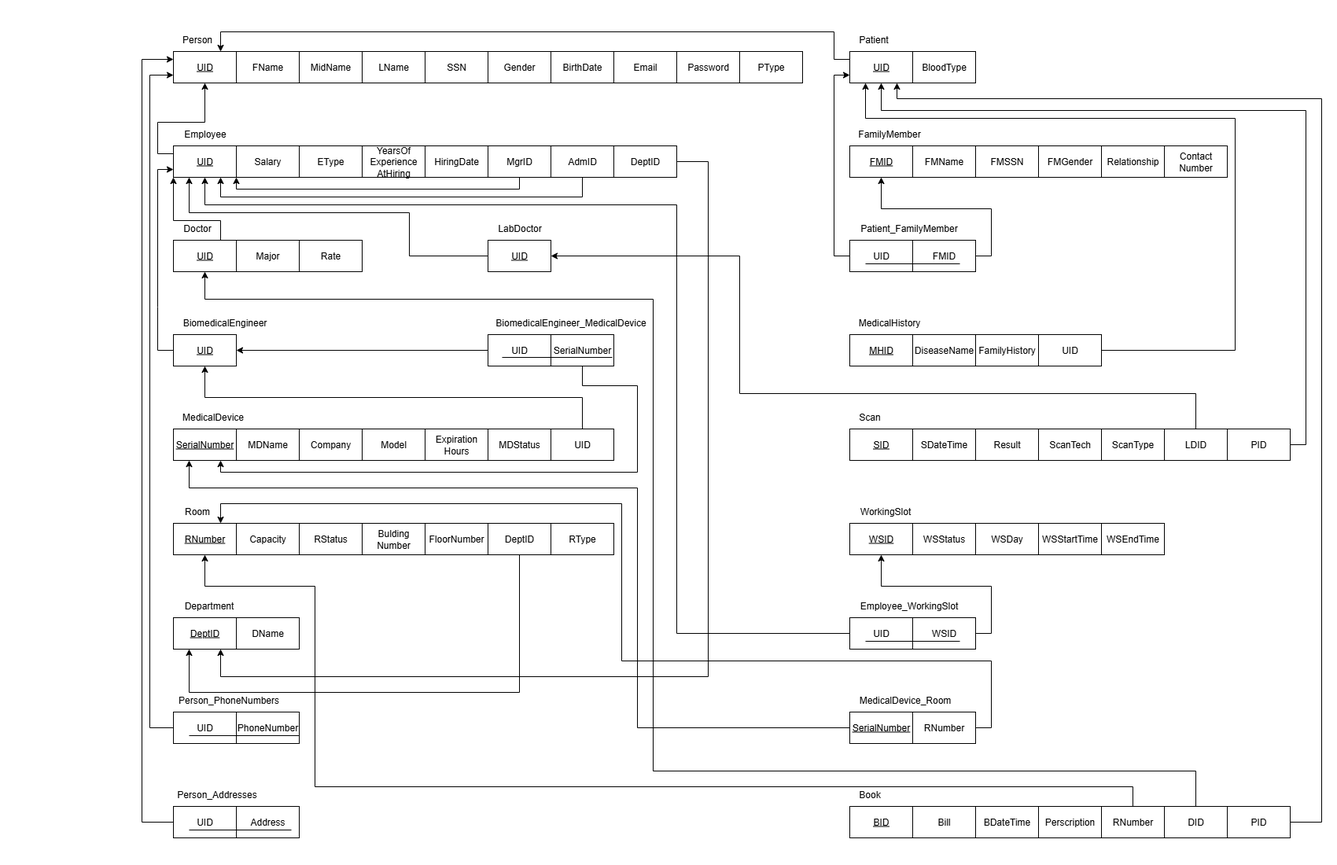
Before: deliverables/mapping/CMS_Mapping.png, a diagram exported from draw.io (MazenAtlam/clinical_management_system). Source tidied: cells renumbered, new cells last; positions are measured from the earlier drawing's top-left corner, leaving out a move shared by most shapes.
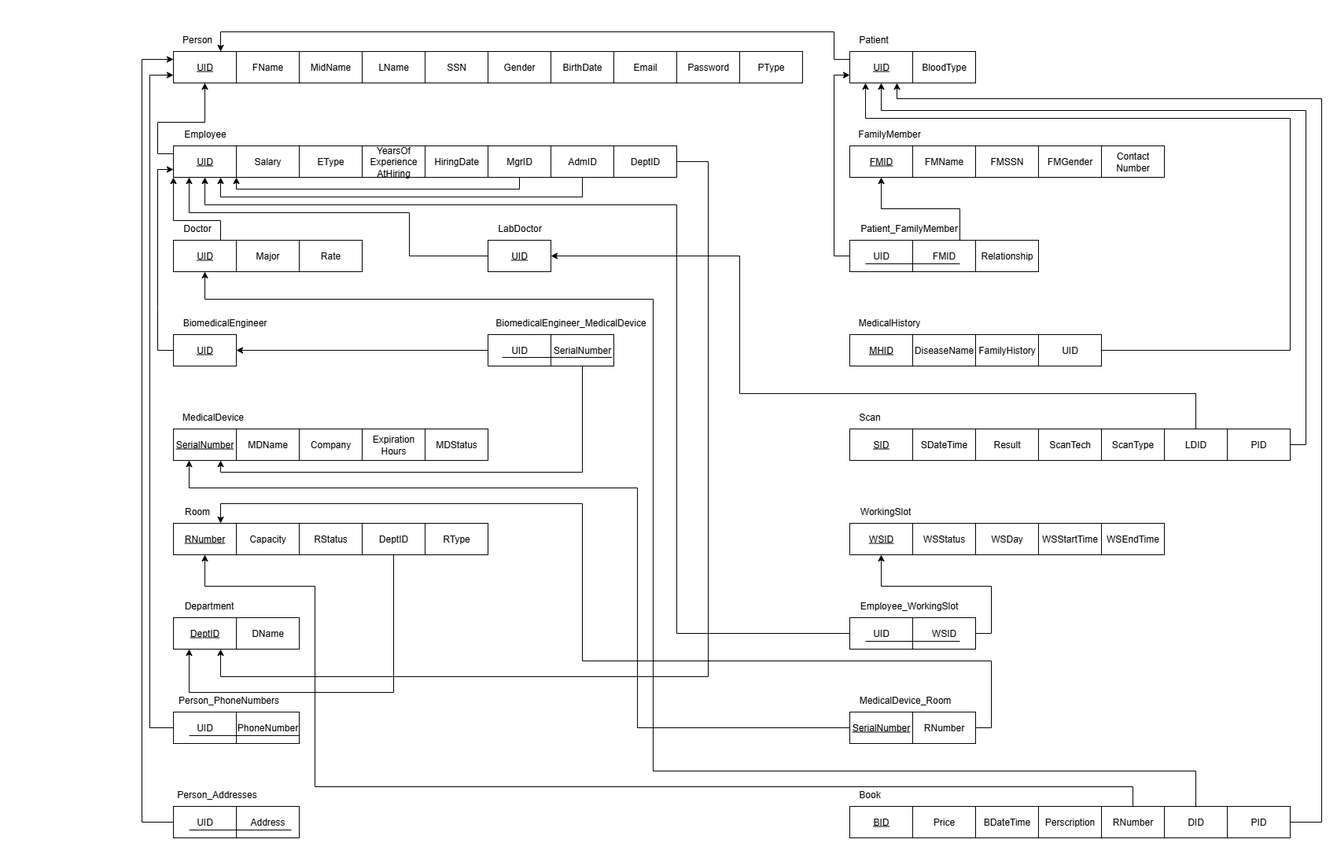
The same file after the commit.

Commit message:
Update ERD and Mapping

What changed in the source:
```diff
@@ -186,26 +186,12 @@
     <mxCell id="46" value="Company" style="rounded=0;whiteSpace=wrap;html=1;" parent="1" vertex="1">
       <mxGeometry x="200" y="510" width="80" height="40" as="geometry" />
     </mxCell>
-    <mxCell id="47" value="Model" style="rounded=0;whiteSpace=wrap;html=1;" parent="1" vertex="1">
-      <mxGeometry x="280" y="510" width="80" height="40" as="geometry" />
-    </mxCell>
     <mxCell id="48" value="Expiration&lt;div&gt;Hours&lt;/div&gt;" style="rounded=0;whiteSpace=wrap;html=1;" parent="1" vertex="1">
-      <mxGeometry x="360" y="510" width="80" height="40" as="geometry" />
+      <mxGeometry x="280" y="510" width="80" height="40" as="geometry" />
     </mxCell>
     <mxCell id="49" value="MDStatus" style="rounded=0;whiteSpace=wrap;html=1;" parent="1" vertex="1">
-      <mxGeometry x="440" y="510" width="80" height="40" as="geometry" />
+      <mxGeometry x="360" y="510" width="80" height="40" as="geometry" />
     </mxCell>
-    <mxCell id="50" value="UID" style="rounded=0;whiteSpace=wrap;html=1;" parent="1" vertex="1">
-      <mxGeometry x="520" y="510" width="80" height="40" as="geometry" />
-    </mxCell>
-    <mxCell id="51" style="endArrow=classic;html=1;rounded=0;entryX=0.5;entryY=1;entryDx=0;entryDy=0;exitX=0.5;exitY=0;exitDx=0;exitDy=0;" parent="1" edge="1" source="50" target="38">
-      <mxGeometry relative="1" as="geometry">
-        <Array as="points">
-          <mxPoint x="560" y="470" />
-          <mxPoint x="80" y="470" />
-        </Array>
-      </mxGeometry>
-    </mxCell>
     <mxCell id="52" value="&lt;u&gt;RNumber&lt;/u&gt;" style="rounded=0;whiteSpace=wrap;html=1;" parent="1" vertex="1">
       <mxGeometry x="40" y="630" width="80" height="40" as="geometry" />
     </mxCell>
@@ -223,8 +209,8 @@
         <Array as="points">
           <mxPoint x="1080" y="890" />
           <mxPoint x="1080" y="805" />
-          <mxPoint x="610" y="805" />
-          <mxPoint x="610" y="605" />
+          <mxPoint x="560" y="805" />
+          <mxPoint x="560" y="605" />
           <mxPoint x="100" y="605" />
         </Array>
       </mxGeometry>
@@ -232,18 +218,12 @@
     <mxCell id="57" value="&lt;u&gt;DeptID&lt;/u&gt;" style="rounded=0;whiteSpace=wrap;html=1;" parent="1" vertex="1">
       <mxGeometry x="40" y="750" width="80" height="40" as="geometry" />
     </mxCell>
-    <mxCell id="58" value="Bulding&lt;div&gt;Number&lt;/div&gt;" style="rounded=0;whiteSpace=wrap;html=1;" parent="1" vertex="1">
-      <mxGeometry x="280" y="630" width="80" height="40" as="geometry" />
-    </mxCell>
     <mxCell id="59" value="DName" style="rounded=0;whiteSpace=wrap;html=1;" parent="1" vertex="1">
       <mxGeometry x="120" y="750" width="80" height="40" as="geometry" />
     </mxCell>
     <mxCell id="60" value="Department" style="text;html=1;align=center;verticalAlign=middle;strokeColor=none;fillColor=none;" parent="1" vertex="1">
       <mxGeometry x="40" y="720" width="90" height="30" as="geometry" />
     </mxCell>
-    <mxCell id="61" value="Floor&lt;span style=&quot;background-color: transparent; color: light-dark(rgb(0, 0, 0), rgb(255, 255, 255));&quot;&gt;Number&lt;/span&gt;" style="rounded=0;whiteSpace=wrap;html=1;" parent="1" vertex="1">
-      <mxGeometry x="360" y="630" width="80" height="40" as="geometry" />
-    </mxCell>
     <mxCell id="62" value="DeptID" style="rounded=0;whiteSpace=wrap;html=1;" parent="1" vertex="1">
       <mxGeometry x="600" y="150" width="80" height="40" as="geometry" />
     </mxCell>
@@ -335,10 +315,10 @@
       <mxGeometry x="1140" y="150" width="80" height="40" as="geometry" />
     </mxCell>
     <mxCell id="85" value="Relationship" style="rounded=0;whiteSpace=wrap;html=1;" parent="1" vertex="1">
-      <mxGeometry x="1220" y="150" width="80" height="40" as="geometry" />
+      <mxGeometry x="1060" y="270" width="80" height="40" as="geometry" />
     </mxCell>
     <mxCell id="86" value="Contact&lt;div&gt;Number&lt;/div&gt;" style="rounded=0;whiteSpace=wrap;html=1;" parent="1" vertex="1">
-      <mxGeometry x="1300" y="150" width="80" height="40" as="geometry" />
+      <mxGeometry x="1220" y="150" width="80" height="40" as="geometry" />
     </mxCell>
     <mxCell id="87" style="endArrow=none;html=1;rounded=0;" parent="1" edge="1">
       <mxGeometry relative="1" as="geometry">
@@ -346,11 +326,10 @@
         <mxPoint x="1040" y="300" as="targetPoint" />
       </mxGeometry>
     </mxCell>
-    <mxCell id="88" style="endArrow=classic;html=1;rounded=0;exitX=1;exitY=0.5;exitDx=0;exitDy=0;entryX=0.5;entryY=1;entryDx=0;entryDy=0;" parent="1" edge="1" source="82" target="74">
+    <mxCell id="88" style="endArrow=classic;html=1;rounded=0;exitX=0.75;exitY=0;exitDx=0;exitDy=0;entryX=0.5;entryY=1;entryDx=0;entryDy=0;" parent="1" edge="1" source="82" target="74">
       <mxGeometry relative="1" as="geometry">
         <Array as="points">
-          <mxPoint x="1080" y="290" />
-          <mxPoint x="1080" y="230" />
+          <mxPoint x="1040" y="230" />
           <mxPoint x="940" y="230" />
         </Array>
       </mxGeometry>
@@ -372,8 +351,8 @@
     <mxCell id="92" style="endArrow=classic;html=1;rounded=0;exitX=1;exitY=0.5;exitDx=0;exitDy=0;entryX=0.25;entryY=1;entryDx=0;entryDy=0;" parent="1" edge="1" source="91" target="22">
       <mxGeometry relative="1" as="geometry">
         <Array as="points">
-          <mxPoint x="1390" y="410" />
-          <mxPoint x="1390" y="115" />
+          <mxPoint x="1460" y="410" />
+          <mxPoint x="1460" y="115" />
           <mxPoint x="920" y="115" />
         </Array>
       </mxGeometry>
@@ -402,7 +381,7 @@
         </Array>
       </mxGeometry>
     </mxCell>
-    <mxCell id="99" value="Bill" style="rounded=0;whiteSpace=wrap;html=1;" parent="1" vertex="1">
+    <mxCell id="99" value="Price" style="rounded=0;whiteSpace=wrap;html=1;" parent="1" vertex="1">
       <mxGeometry x="980" y="990" width="80" height="40" as="geometry" />
     </mxCell>
     <mxCell id="100" value="BDateTime" style="rounded=0;whiteSpace=wrap;html=1;" parent="1" vertex="1">
@@ -438,12 +417,12 @@
       </mxGeometry>
     </mxCell>
     <mxCell id="104" value="DeptID" style="rounded=0;whiteSpace=wrap;html=1;" parent="1" vertex="1">
-      <mxGeometry x="440" y="630" width="80" height="40" as="geometry" />
+      <mxGeometry x="280" y="630" width="80" height="40" as="geometry" />
     </mxCell>
     <mxCell id="105" style="endArrow=classic;html=1;rounded=0;exitX=0.5;exitY=1;exitDx=0;exitDy=0;entryX=0.25;entryY=1;entryDx=0;entryDy=0;" parent="1" edge="1" source="104" target="57">
       <mxGeometry relative="1" as="geometry">
         <Array as="points">
-          <mxPoint x="480" y="845" />
+          <mxPoint x="320" y="845" />
           <mxPoint x="60" y="845" />
         </Array>
       </mxGeometry>
@@ -467,7 +446,7 @@
       <mxGeometry x="760" y="30" width="80" height="40" as="geometry" />
     </mxCell>
     <mxCell id="112" value="RType" style="rounded=0;whiteSpace=wrap;html=1;" parent="1" vertex="1">
-      <mxGeometry x="520" y="630" width="80" height="40" as="geometry" />
+      <mxGeometry x="360" y="630" width="80" height="40" as="geometry" />
     </mxCell>
     <mxCell id="113" value="BloodType" style="rounded=0;whiteSpace=wrap;html=1;" parent="1" vertex="1">
       <mxGeometry x="980" y="30" width="80" height="40" as="geometry" />
@@ -556,9 +535,7 @@
     <mxCell id="134" style="endArrow=classic;html=1;rounded=0;entryX=0.75;entryY=1;entryDx=0;entryDy=0;exitX=0.5;exitY=1;exitDx=0;exitDy=0;" parent="1" edge="1" source="131" target="43">
       <mxGeometry relative="1" as="geometry">
         <Array as="points">
-          <mxPoint x="560" y="455" />
-          <mxPoint x="630" y="455" />
-          <mxPoint x="630" y="565" />
+          <mxPoint x="560" y="565" />
           <mxPoint x="100" y="565" />
         </Array>
       </mxGeometry>
```
